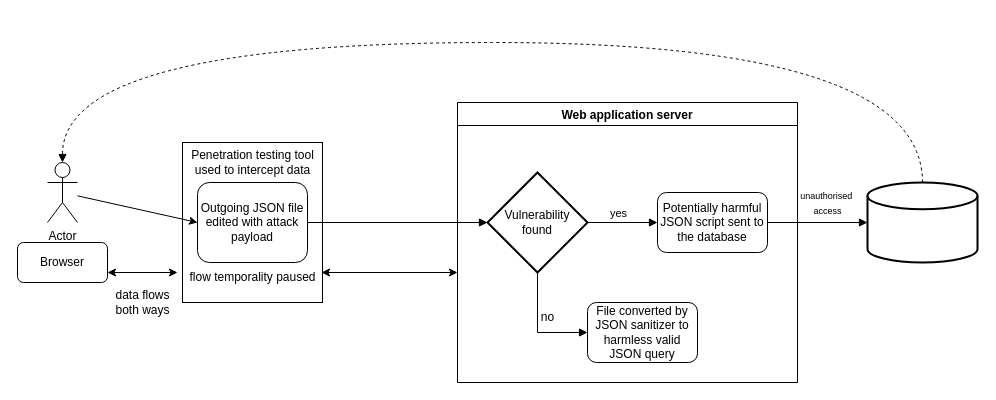
Above: JSON injection flowchart.drawio in Richard-A-llen/Python (draw.io), before the change. Source tidied: cells renumbered, new cells numbered last; positions are measured from the earlier drawing's top-left corner, leaving out a move shared by most shapes. Both pictures are drawn from the tidied source at 100%, with x=0, y=0 at pixel (17, 42).
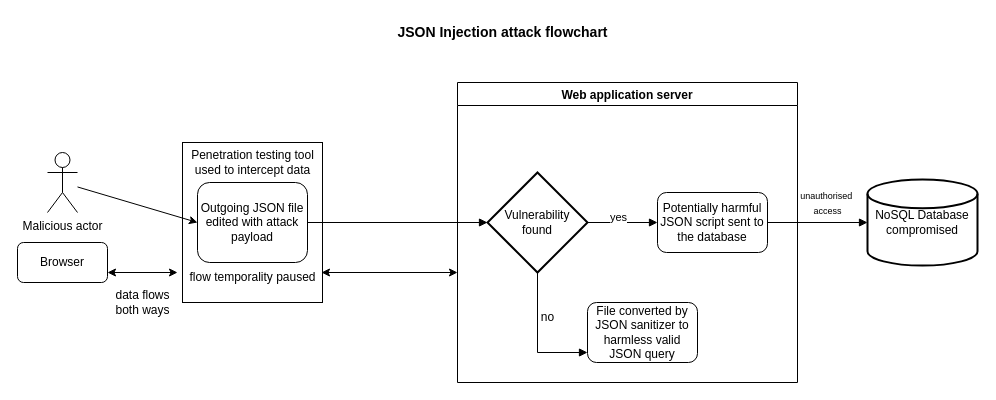
After the change.

Diff of the diagram source:
```diff
@@
     <mxCell id="5" value="Web application server" style="swimlane;" parent="1" vertex="1">
-      <mxGeometry x="440" y="60" width="340" height="280" as="geometry" />
+      <mxGeometry x="440" y="40" width="340" height="300" as="geometry" />
     </mxCell>
     <mxCell id="6" value="Vulnerability found" style="strokeWidth=2;html=1;shape=mxgraph.flowchart.decision;whiteSpace=wrap;" parent="5" vertex="1">
-      <mxGeometry x="30" y="70" width="100" height="100" as="geometry" />
+      <mxGeometry x="30" y="90" width="100" height="100" as="geometry" />
     </mxCell>
     <mxCell id="7" value="File converted by JSON sanitizer to harmless valid JSON query" style="rounded=1;whiteSpace=wrap;html=1;" parent="5" vertex="1">
-      <mxGeometry x="130" y="200" width="110" height="60" as="geometry" />
+      <mxGeometry x="130" y="220" width="110" height="60" as="geometry" />
     </mxCell>
     <mxCell id="8" style="edgeStyle=orthogonalEdgeStyle;rounded=0;jettySize=auto;html=1;exitX=1;exitY=0.5;exitDx=0;exitDy=0;exitPerimeter=0;startArrow=none;startFill=0;endArrow=block;endFill=1;" parent="5" edge="1" source="6">
       <mxGeometry relative="1" as="geometry">
-        <mxPoint x="200" y="120" as="targetPoint" />
+        <mxPoint x="200" y="140" as="targetPoint" />
       </mxGeometry>
     </mxCell>
     <mxCell id="9" value="no" style="text;html=1;align=center;verticalAlign=middle;strokeColor=none;fillColor=none;" parent="5" vertex="1">
-      <mxGeometry x="70" y="200" width="40" height="30" as="geometry" />
+      <mxGeometry x="70" y="220" width="40" height="30" as="geometry" />
     </mxCell>
     <mxCell id="10" value="Potentially harmful JSON script sent to the database" style="rounded=1;whiteSpace=wrap;html=1;" parent="5" vertex="1">
-      <mxGeometry x="200" y="90" width="110" height="60" as="geometry" />
+      <mxGeometry x="200" y="110" width="110" height="60" as="geometry" />
     </mxCell>
-    <mxCell id="11" value="Actor" style="shape=umlActor;verticalLabelPosition=bottom;verticalAlign=top;html=1;outlineConnect=0;" parent="1" vertex="1">
-      <mxGeometry x="30" y="120" width="30" height="60" as="geometry" />
+    <mxCell id="11" value="Malicious actor" style="shape=umlActor;verticalLabelPosition=bottom;verticalAlign=top;html=1;outlineConnect=0;" parent="1" vertex="1">
+      <mxGeometry x="30" y="110" width="30" height="60" as="geometry" />
     </mxCell>
@@
     <mxCell id="19" style="edgeStyle=orthogonalEdgeStyle;rounded=0;jettySize=auto;html=1;startArrow=none;startFill=0;endArrow=block;endFill=1;" parent="1" edge="1" source="6">
       <mxGeometry relative="1" as="geometry">
-        <mxPoint x="570" y="290" as="targetPoint" />
+        <mxPoint x="570" y="310" as="targetPoint" />
         <Array as="points">
-          <mxPoint x="520" y="290" />
+          <mxPoint x="520" y="310" />
         </Array>
       </mxGeometry>
     </mxCell>
@@
-    <mxCell id="21" style="edgeStyle=orthogonalEdgeStyle;jettySize=auto;html=1;entryX=0.5;entryY=0;entryDx=0;entryDy=0;entryPerimeter=0;fontSize=9;startArrow=none;startFill=0;endArrow=block;endFill=1;curved=1;dashed=1;" parent="1" edge="1" source="22" target="11">
-      <mxGeometry relative="1" as="geometry">
-        <Array as="points">
-          <mxPoint x="905" />
-          <mxPoint x="45" />
-        </Array>
-      </mxGeometry>
-    </mxCell>
-    <mxCell id="22" style="strokeWidth=2;html=1;shape=mxgraph.flowchart.database;whiteSpace=wrap;" parent="1" vertex="1">
-      <mxGeometry x="850" y="140" width="110" height="80" as="geometry" />
+    <mxCell id="22" value="NoSQL Database&lt;br&gt;compromised" style="strokeWidth=2;html=1;shape=mxgraph.flowchart.database;whiteSpace=wrap;" parent="1" vertex="1">
+      <mxGeometry x="850" y="136.9" width="110" height="86.2" as="geometry" />
     </mxCell>
@@
+    <mxCell id="25" value="&lt;font size=&quot;1&quot; style=&quot;&quot;&gt;&lt;b style=&quot;font-size: 14px;&quot;&gt;JSON Injection attack flowchart&lt;/b&gt;&lt;/font&gt;" style="text;html=1;align=center;verticalAlign=middle;strokeColor=none;fillColor=none;fontSize=9;" parent="1" vertex="1">
+      <mxGeometry x="370" y="-25" width="230" height="30" as="geometry" />
+    </mxCell>
```
